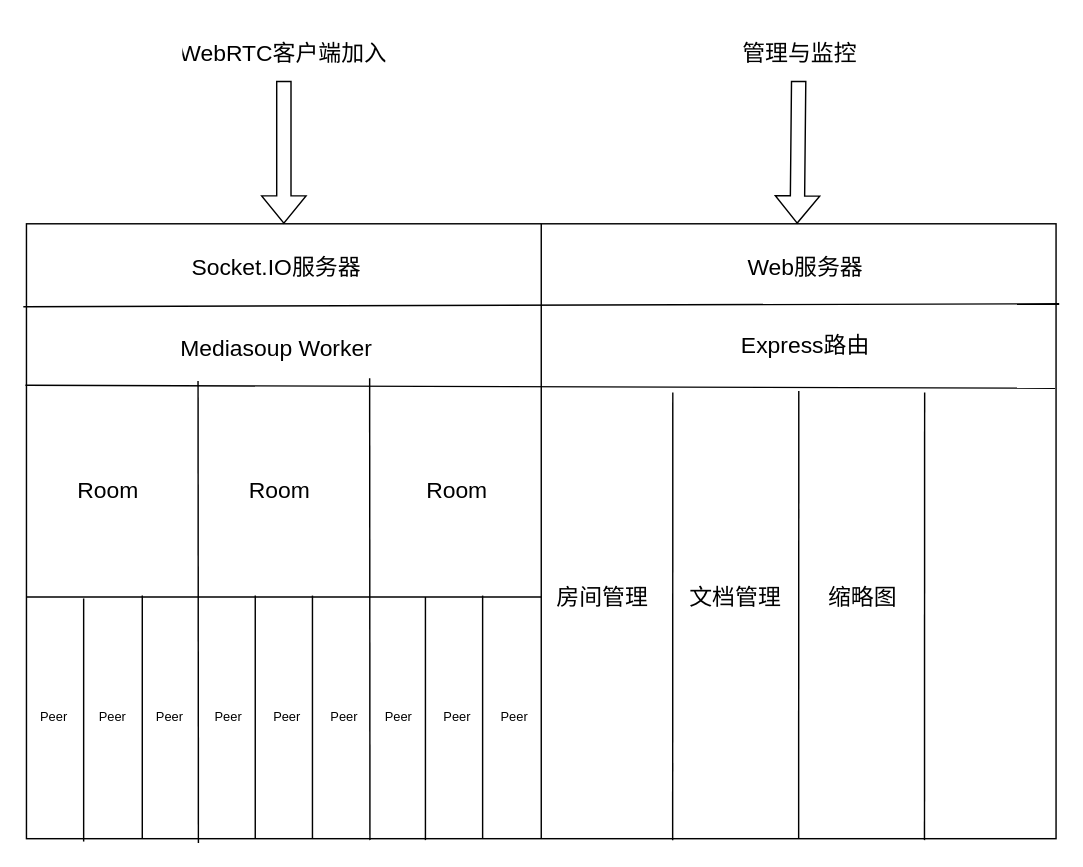
jhongxu/image-hosting keeps this draw.io diagram as drawio/服务器架构.drawio. Above is the earlier version. Source tidied: cells renumbered, new cells numbered last; positions are measured from the earlier drawing's top-left corner, leaving out a move shared by most shapes. Both pictures are drawn from the tidied source at 143%, with x=0, y=0 at pixel (23, 23).
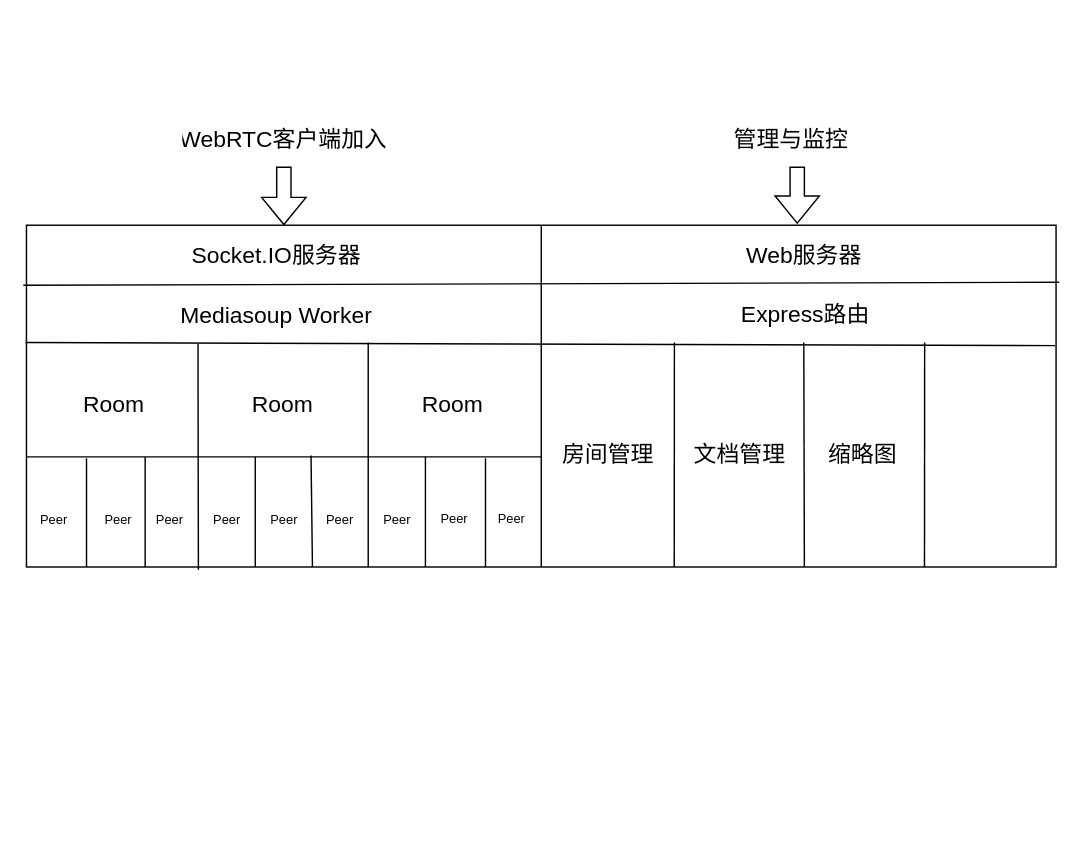
The same diagram, later.

Commit message:
更新服务器架构.drawio

Change to the diagram source:
```diff
@@
     <mxCell id="2" style="rounded=0;whiteSpace=wrap;html=1;" parent="1" vertex="1">
-      <mxGeometry x="2" y="140" width="720" height="430" as="geometry" />
+      <mxGeometry x="2" y="141" width="720" height="239" as="geometry" />
     </mxCell>
     <mxCell id="3" style="endArrow=none;html=1;rounded=0;exitX=-0.003;exitY=0.1;exitDx=0;exitDy=0;exitPerimeter=0;entryX=1.003;entryY=0.095;entryDx=0;entryDy=0;entryPerimeter=0;" parent="1" edge="1">
       <mxGeometry relative="1" as="geometry">
-        <mxPoint x="-0.2" y="198" as="sourcePoint" />
-        <mxPoint x="724.2" y="195.9" as="targetPoint" />
+        <mxPoint x="-0.2" y="183" as="sourcePoint" />
+        <mxPoint x="724.2" y="180.9" as="targetPoint" />
       </mxGeometry>
     </mxCell>
     <mxCell id="4" style="endArrow=none;html=1;rounded=0;exitX=-0.001;exitY=0.195;exitDx=0;exitDy=0;exitPerimeter=0;entryX=0.999;entryY=0.2;entryDx=0;entryDy=0;entryPerimeter=0;" parent="1" edge="1">
       <mxGeometry relative="1" as="geometry">
-        <mxPoint x="1.3" y="252.9" as="sourcePoint" />
-        <mxPoint x="721.3" y="255" as="targetPoint" />
+        <mxPoint x="1.3" y="223" as="sourcePoint" />
+        <mxPoint x="721.3" y="225.2" as="targetPoint" />
       </mxGeometry>
     </mxCell>
@@
     <mxCell id="6" value="Socket.IO服务器" style="text;strokeColor=none;fillColor=none;align=center;verticalAlign=middle;spacingLeft=4;spacingRight=4;overflow=hidden;fontSize=16;" parent="1" vertex="1">
-      <mxGeometry x="102" y="149" width="150" height="40" as="geometry" />
+      <mxGeometry x="102" y="141" width="150" height="40" as="geometry" />
     </mxCell>
     <mxCell id="7" value="Web服务器" style="text;strokeColor=none;fillColor=none;align=center;verticalAlign=middle;spacingLeft=4;spacingRight=4;overflow=hidden;fontSize=16;" parent="1" vertex="1">
-      <mxGeometry x="472" y="149" width="150" height="40" as="geometry" />
+      <mxGeometry x="471" y="141" width="150" height="40" as="geometry" />
     </mxCell>
     <mxCell id="8" value="Express路由" style="text;strokeColor=none;fillColor=none;align=center;verticalAlign=middle;spacingLeft=4;spacingRight=4;overflow=hidden;fontSize=16;" parent="1" vertex="1">
-      <mxGeometry x="472" y="204" width="150" height="40" as="geometry" />
+      <mxGeometry x="472" y="182" width="150" height="40" as="geometry" />
     </mxCell>
     <mxCell id="9" value="Mediasoup Worker" style="text;strokeColor=none;fillColor=none;align=center;verticalAlign=middle;spacingLeft=4;spacingRight=4;overflow=hidden;fontSize=16;" parent="1" vertex="1">
-      <mxGeometry x="102" y="206" width="150" height="40" as="geometry" />
+      <mxGeometry x="102" y="183" width="150" height="40" as="geometry" />
     </mxCell>
-    <mxCell id="10" style="endArrow=none;html=1;rounded=0;fontSize=16;exitX=0.611;exitY=1.008;exitDx=0;exitDy=0;exitPerimeter=0;" parent="1" edge="1">
+    <mxCell id="10" style="endArrow=none;html=1;rounded=0;fontSize=16;" parent="1" edge="1">
       <mxGeometry relative="1" as="geometry">
-        <mxPoint x="453.9" y="571.1" as="sourcePoint" />
-        <mxPoint x="454" y="258" as="targetPoint" />
+        <mxPoint x="455" y="380" as="sourcePoint" />
+        <mxPoint x="455.1" y="223" as="targetPoint" />
       </mxGeometry>
     </mxCell>
-    <mxCell id="11" style="endArrow=none;html=1;rounded=0;fontSize=16;exitX=0.611;exitY=1.008;exitDx=0;exitDy=0;exitPerimeter=0;" parent="1" edge="1">
+    <mxCell id="11" style="endArrow=none;html=1;rounded=0;fontSize=16;" parent="1" edge="1">
       <mxGeometry relative="1" as="geometry">
-        <mxPoint x="542" y="570" as="sourcePoint" />
-        <mxPoint x="542.1" y="256.9" as="targetPoint" />
+        <mxPoint x="546" y="380" as="sourcePoint" />
+        <mxPoint x="545.6" y="223" as="targetPoint" />
       </mxGeometry>
     </mxCell>
-    <mxCell id="12" style="endArrow=none;html=1;rounded=0;fontSize=16;exitX=0.611;exitY=1.008;exitDx=0;exitDy=0;exitPerimeter=0;" parent="1" edge="1">
+    <mxCell id="12" style="endArrow=none;html=1;rounded=0;fontSize=16;" parent="1" edge="1">
       <mxGeometry relative="1" as="geometry">
-        <mxPoint x="630" y="571" as="sourcePoint" />
-        <mxPoint x="630.1" y="257.9" as="targetPoint" />
+        <mxPoint x="630" y="380" as="sourcePoint" />
+        <mxPoint x="630.1" y="223" as="targetPoint" />
       </mxGeometry>
     </mxCell>
-    <mxCell id="13" style="endArrow=none;html=1;rounded=0;fontSize=16;exitX=0.167;exitY=1.007;exitDx=0;exitDy=0;exitPerimeter=0;" parent="1" edge="1" source="2">
+    <mxCell id="13" style="endArrow=none;html=1;rounded=0;fontSize=16;exitX=0.167;exitY=1.008;exitDx=0;exitDy=0;exitPerimeter=0;" parent="1" edge="1" source="2">
       <mxGeometry relative="1" as="geometry">
-        <mxPoint x="122" y="250" as="targetPoint" />
+        <mxPoint x="122" y="254" as="targetPoint" />
+        <Array as="points">
+          <mxPoint x="122" y="254" />
+          <mxPoint x="122" y="224" />
+        </Array>
       </mxGeometry>
     </mxCell>
-    <mxCell id="14" style="endArrow=none;html=1;rounded=0;fontSize=16;exitX=0.167;exitY=1.007;exitDx=0;exitDy=0;exitPerimeter=0;" parent="1" edge="1">
+    <mxCell id="14" style="endArrow=none;html=1;rounded=0;fontSize=16;" parent="1" edge="1">
       <mxGeometry relative="1" as="geometry">
-        <mxPoint x="242.2" y="571" as="sourcePoint" />
-        <mxPoint x="242" y="248" as="targetPoint" />
+        <mxPoint x="241" y="380" as="sourcePoint" />
+        <mxPoint x="241" y="223" as="targetPoint" />
       </mxGeometry>
     </mxCell>
     <mxCell id="15" style="endArrow=none;html=1;rounded=0;fontSize=16;exitX=0;exitY=0.5;exitDx=0;exitDy=0;" parent="1" edge="1">
       <mxGeometry relative="1" as="geometry">
-        <mxPoint x="2" y="401" as="sourcePoint" />
-        <mxPoint x="362" y="401" as="targetPoint" />
+        <mxPoint x="2" y="303" as="sourcePoint" />
+        <mxPoint x="362" y="303" as="targetPoint" />
       </mxGeometry>
     </mxCell>
     <mxCell id="16" style="endArrow=none;html=1;rounded=0;fontSize=16;" parent="1" edge="1">
       <mxGeometry relative="1" as="geometry">
-        <mxPoint x="202" y="400" as="sourcePoint" />
-        <mxPoint x="202" y="570" as="targetPoint" />
+        <mxPoint x="201" y="302" as="sourcePoint" />
+        <mxPoint x="202" y="380" as="targetPoint" />
       </mxGeometry>
     </mxCell>
     <mxCell id="17" style="endArrow=none;html=1;rounded=0;fontSize=16;" parent="1" edge="1">
       <mxGeometry relative="1" as="geometry">
-        <mxPoint x="281" y="401" as="sourcePoint" />
-        <mxPoint x="281" y="571" as="targetPoint" />
+        <mxPoint x="281" y="303" as="sourcePoint" />
+        <mxPoint x="281" y="380" as="targetPoint" />
       </mxGeometry>
     </mxCell>
     <mxCell id="18" style="endArrow=none;html=1;rounded=0;fontSize=16;" parent="1" edge="1">
       <mxGeometry relative="1" as="geometry">
-        <mxPoint x="321" y="400" as="sourcePoint" />
-        <mxPoint x="321" y="570" as="targetPoint" />
+        <mxPoint x="323" y="304" as="sourcePoint" />
+        <mxPoint x="323" y="380" as="targetPoint" />
       </mxGeometry>
     </mxCell>
     <mxCell id="19" style="endArrow=none;html=1;rounded=0;fontSize=16;" parent="1" edge="1">
       <mxGeometry relative="1" as="geometry">
-        <mxPoint x="162" y="400" as="sourcePoint" />
-        <mxPoint x="162" y="570" as="targetPoint" />
+        <mxPoint x="162" y="303" as="sourcePoint" />
+        <mxPoint x="162" y="380" as="targetPoint" />
       </mxGeometry>
     </mxCell>
     <mxCell id="20" style="endArrow=none;html=1;rounded=0;fontSize=16;" parent="1" edge="1">
       <mxGeometry relative="1" as="geometry">
-        <mxPoint x="83" y="400" as="sourcePoint" />
-        <mxPoint x="83" y="570" as="targetPoint" />
+        <mxPoint x="85" y="303" as="sourcePoint" />
+        <mxPoint x="85" y="380" as="targetPoint" />
       </mxGeometry>
     </mxCell>
     <mxCell id="21" style="endArrow=none;html=1;rounded=0;fontSize=16;" parent="1" edge="1">
       <mxGeometry relative="1" as="geometry">
-        <mxPoint x="42" y="402" as="sourcePoint" />
-        <mxPoint x="42" y="572" as="targetPoint" />
+        <mxPoint x="44" y="304" as="sourcePoint" />
+        <mxPoint x="44" y="380" as="targetPoint" />
       </mxGeometry>
     </mxCell>
     <mxCell id="22" value="Room" style="text;strokeColor=none;fillColor=none;align=left;verticalAlign=middle;spacingLeft=4;spacingRight=4;overflow=hidden;fontSize=16;" parent="1" vertex="1">
-      <mxGeometry x="32" y="310" width="60" height="30" as="geometry" />
+      <mxGeometry x="36" y="250" width="60" height="30" as="geometry" />
     </mxCell>
     <mxCell id="23" value="Room" style="text;strokeColor=none;fillColor=none;align=left;verticalAlign=middle;spacingLeft=4;spacingRight=4;overflow=hidden;fontSize=16;" parent="1" vertex="1">
-      <mxGeometry x="152" y="310" width="60" height="30" as="geometry" />
+      <mxGeometry x="154" y="250" width="60" height="30" as="geometry" />
     </mxCell>
     <mxCell id="24" value="Room" style="text;strokeColor=none;fillColor=none;align=left;verticalAlign=middle;spacingLeft=4;spacingRight=4;overflow=hidden;fontSize=16;" parent="1" vertex="1">
-      <mxGeometry x="276" y="310" width="60" height="30" as="geometry" />
+      <mxGeometry x="273" y="250" width="60" height="30" as="geometry" />
     </mxCell>
     <mxCell id="25" value="Peer" style="text;strokeColor=none;fillColor=none;align=left;verticalAlign=middle;spacingLeft=4;spacingRight=4;overflow=hidden;fontSize=9;" parent="1" vertex="1">
-      <mxGeometry x="6" y="470" width="30" height="30" as="geometry" />
+      <mxGeometry x="6" y="332" width="30" height="30" as="geometry" />
     </mxCell>
     <mxCell id="26" value="Peer" style="text;strokeColor=none;fillColor=none;align=left;verticalAlign=middle;spacingLeft=4;spacingRight=4;overflow=hidden;fontSize=9;" parent="1" vertex="1">
-      <mxGeometry x="47" y="470" width="30" height="30" as="geometry" />
+      <mxGeometry x="51" y="332" width="30" height="30" as="geometry" />
     </mxCell>
     <mxCell id="27" value="Peer" style="text;strokeColor=none;fillColor=none;align=left;verticalAlign=middle;spacingLeft=4;spacingRight=4;overflow=hidden;fontSize=9;" parent="1" vertex="1">
-      <mxGeometry x="87" y="470" width="30" height="30" as="geometry" />
+      <mxGeometry x="87" y="332" width="30" height="30" as="geometry" />
     </mxCell>
     <mxCell id="28" value="Peer" style="text;strokeColor=none;fillColor=none;align=left;verticalAlign=middle;spacingLeft=4;spacingRight=4;overflow=hidden;fontSize=9;" parent="1" vertex="1">
-      <mxGeometry x="128" y="470" width="30" height="30" as="geometry" />
+      <mxGeometry x="127" y="332" width="30" height="30" as="geometry" />
     </mxCell>
     <mxCell id="29" value="Peer" style="text;strokeColor=none;fillColor=none;align=left;verticalAlign=middle;spacingLeft=4;spacingRight=4;overflow=hidden;fontSize=9;" parent="1" vertex="1">
-      <mxGeometry x="169" y="470" width="30" height="30" as="geometry" />
+      <mxGeometry x="167" y="332" width="30" height="30" as="geometry" />
     </mxCell>
     <mxCell id="30" value="Peer" style="text;strokeColor=none;fillColor=none;align=left;verticalAlign=middle;spacingLeft=4;spacingRight=4;overflow=hidden;fontSize=9;" parent="1" vertex="1">
-      <mxGeometry x="209" y="470" width="30" height="30" as="geometry" />
+      <mxGeometry x="206" y="332" width="30" height="30" as="geometry" />
     </mxCell>
     <mxCell id="31" value="Peer" style="text;strokeColor=none;fillColor=none;align=left;verticalAlign=middle;spacingLeft=4;spacingRight=4;overflow=hidden;fontSize=9;" parent="1" vertex="1">
-      <mxGeometry x="247" y="470" width="30" height="30" as="geometry" />
+      <mxGeometry x="246" y="332" width="30" height="30" as="geometry" />
     </mxCell>
     <mxCell id="32" value="Peer" style="text;strokeColor=none;fillColor=none;align=left;verticalAlign=middle;spacingLeft=4;spacingRight=4;overflow=hidden;fontSize=9;" parent="1" vertex="1">
-      <mxGeometry x="288" y="470" width="30" height="30" as="geometry" />
+      <mxGeometry x="286" y="331" width="30" height="30" as="geometry" />
     </mxCell>
     <mxCell id="33" value="Peer" style="text;strokeColor=none;fillColor=none;align=left;verticalAlign=middle;spacingLeft=4;spacingRight=4;overflow=hidden;fontSize=9;" parent="1" vertex="1">
-      <mxGeometry x="328" y="470" width="30" height="30" as="geometry" />
+      <mxGeometry x="326" y="331" width="30" height="30" as="geometry" />
     </mxCell>
     <mxCell id="34" value="房间管理" style="text;strokeColor=none;fillColor=none;align=center;verticalAlign=middle;spacingLeft=4;spacingRight=4;overflow=hidden;fontSize=16;" parent="1" vertex="1">
-      <mxGeometry x="362" y="380" width="86" height="40" as="geometry" />
+      <mxGeometry x="366" y="280" width="86" height="40" as="geometry" />
     </mxCell>
     <mxCell id="35" value="文档管理" style="text;strokeColor=none;fillColor=none;align=center;verticalAlign=middle;spacingLeft=4;spacingRight=4;overflow=hidden;fontSize=16;" parent="1" vertex="1">
-      <mxGeometry x="455" y="380" width="86" height="40" as="geometry" />
+      <mxGeometry x="458" y="280" width="86" height="40" as="geometry" />
     </mxCell>
     <mxCell id="36" value="缩略图" style="text;strokeColor=none;fillColor=none;align=center;verticalAlign=middle;spacingLeft=4;spacingRight=4;overflow=hidden;fontSize=16;" parent="1" vertex="1">
-      <mxGeometry x="544" y="380" width="86" height="40" as="geometry" />
+      <mxGeometry x="544" y="280" width="86" height="40" as="geometry" />
     </mxCell>
     <mxCell id="37" style="shape=flexArrow;endArrow=classic;html=1;rounded=0;fontSize=9;entryX=0.25;entryY=0;entryDx=0;entryDy=0;" parent="1" edge="1" target="2">
       <mxGeometry relative="1" as="geometry">
-        <mxPoint x="182" y="40" as="sourcePoint" />
+        <mxPoint x="182" y="100" as="sourcePoint" />
       </mxGeometry>
     </mxCell>
     <mxCell id="38" style="shape=flexArrow;endArrow=classic;html=1;rounded=0;fontSize=9;entryX=0.25;entryY=0;entryDx=0;entryDy=0;" parent="1" edge="1">
       <mxGeometry relative="1" as="geometry">
-        <mxPoint x="542" y="40" as="sourcePoint" />
+        <mxPoint x="541" y="100" as="sourcePoint" />
         <mxPoint x="541" y="140" as="targetPoint" />
       </mxGeometry>
     </mxCell>
     <mxCell id="39" value="WebRTC客户端加入" style="text;strokeColor=none;fillColor=none;align=center;verticalAlign=middle;spacingLeft=4;spacingRight=4;overflow=hidden;fontSize=16;" parent="1" vertex="1">
-      <mxGeometry x="107" width="150" height="40" as="geometry" />
+      <mxGeometry x="107" y="60" width="150" height="40" as="geometry" />
     </mxCell>
     <mxCell id="40" value="管理与监控" style="text;strokeColor=none;fillColor=none;align=center;verticalAlign=middle;spacingLeft=4;spacingRight=4;overflow=hidden;fontSize=16;" parent="1" vertex="1">
-      <mxGeometry x="468" width="150" height="40" as="geometry" />
+      <mxGeometry x="462" y="60" width="150" height="40" as="geometry" />
     </mxCell>
```
